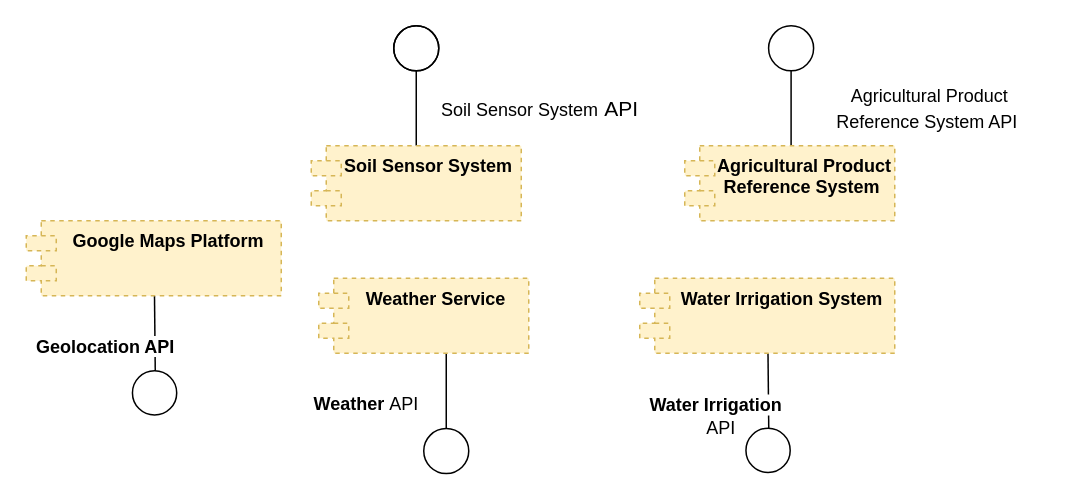
The draw.io diagram page "external components" (3 of 4) of DD/diagrams/component.drawio in ictar/DREAM-SE2-Project-2022, before the edit. Source tidied: cells renumbered, new cells numbered last; positions are measured from the earlier drawing's top-left corner, leaving out a move shared by most shapes. Both pictures are drawn from the tidied source at 150%, with x=0, y=0 at pixel (26, 26).
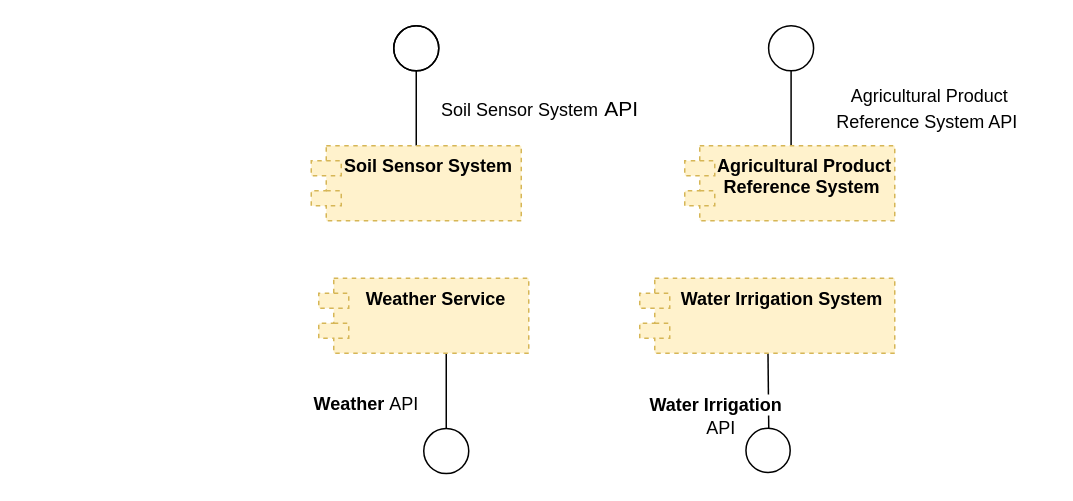
The same diagram, later.

The edit, as a diff of the source:
```diff
@@
-    <mxCell id="19" style="endArrow=none;html=1;rounded=0;fontSize=18;entryX=0.5;entryY=1;entryDx=0;entryDy=0;" parent="1" edge="1">
-      <mxGeometry relative="1" as="geometry">
-        <mxPoint x="86" y="229.7" as="sourcePoint" />
-        <mxPoint x="85.5" y="179.7" as="targetPoint" />
-      </mxGeometry>
-    </mxCell>
-    <mxCell id="20" style="ellipse;whiteSpace=wrap;html=1;fontSize=18;strokeColor=#000000;fillColor=none;" parent="1" vertex="1">
-      <mxGeometry x="70.8" y="229.7" width="29.5" height="29.5" as="geometry" />
-    </mxCell>
-    <mxCell id="21" value="&lt;font face=&quot;dengxian, dengxian_embeddedfont, dengxian_msfontservice, sans-serif&quot;&gt;&lt;span style=&quot;background-color: rgb(255 , 255 , 255)&quot;&gt;&lt;b&gt;Geolocation API&lt;/b&gt;&lt;/span&gt;&lt;/font&gt;" style="text;whiteSpace=wrap;html=1;fontSize=12;" parent="1" vertex="1">
-      <mxGeometry x="5" y="199.7" width="101" height="30" as="geometry" />
-    </mxCell>
-    <mxCell id="22" value="Google Maps Platform" style="shape=module;align=left;spacingLeft=20;align=center;verticalAlign=top;dashed=1;fillColor=#fff2cc;strokeColor=#d6b656;fontStyle=1;" parent="1" vertex="1">
-      <mxGeometry y="129.7" width="170" height="50" as="geometry" />
-    </mxCell>
```
